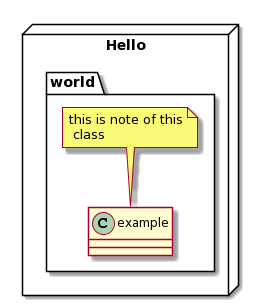
This is UMLExample.png from tianxunaicaoke/UML--Creater, a PlantUML export, as it was before one commit.
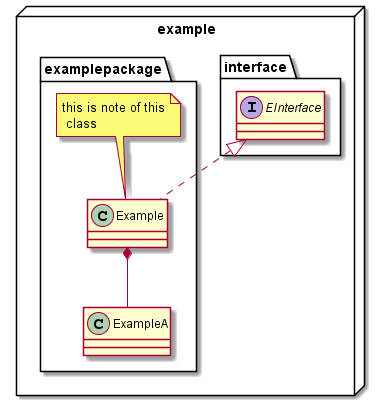
After the change.

Commit message:
Change the read me， and fix one issue about sequence UML creater

Diff of the diagram source:
```diff
@@ -1,8 +1,20 @@
 @startuml
-node "Hello"{
- package "world"{
-  class example
-  note top of example : this is note of this\n class
- }
+node "example"{
+ package "interface"{
+  interface EInterface
+
 }
+
+ package "examplepackage"{
+  class Example
+  note top of Example : this is note of this\n class
+
+  class ExampleA
+
+}
+
+}
+
+class Example implements EInterface
+Example *-- ExampleA
 @enduml
```
